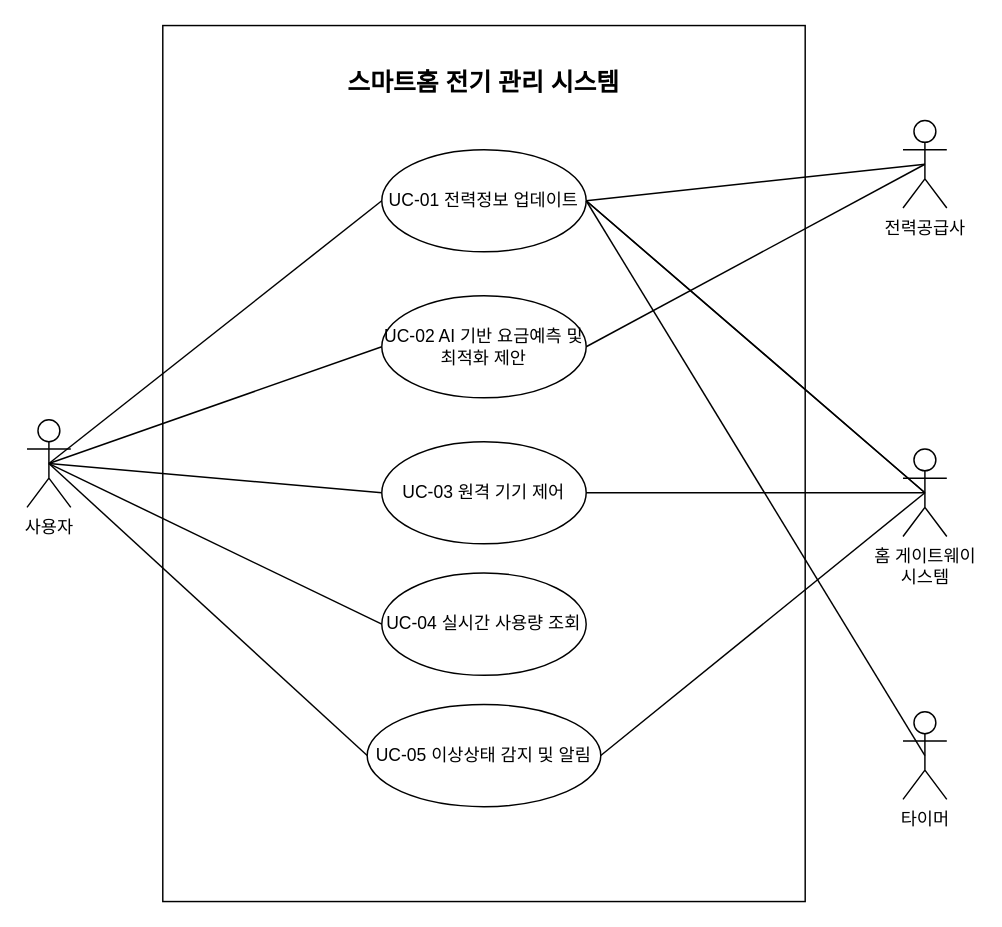
The draw.io diagram page "UseCaseModel - Cloud" (2 of 2) of architecturalDrivers.drawio in GeniusHoon/AssociateArchitect, before the edit. Source tidied: cells renumbered, new cells numbered last; positions are measured from the earlier drawing's top-left corner, leaving out a move shared by most shapes. Both pictures are drawn from the tidied source at 146%, with x=0, y=0 at pixel (26, 25).
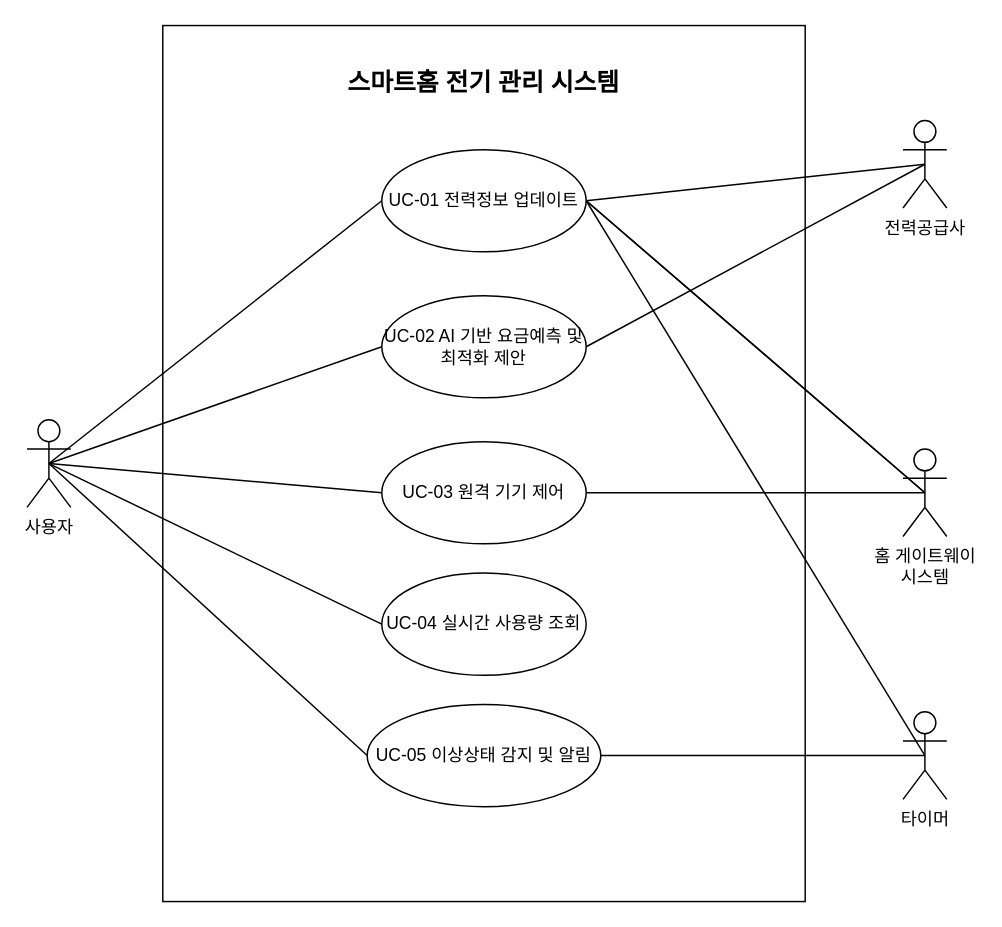
The same diagram, later.

Commit message:
use timer to trigger notification

The change refers to these unchanged cells:
```xml
<mxCell id="10" value="홈 게이트웨이&lt;div&gt;시스템&lt;/div&gt;" style="shape=umlActor;verticalLabelPosition=bottom;verticalAlign=top;html=1;" parent="1" vertex="1">
  <mxGeometry x="600" y="290" width="30" height="60" as="geometry" />
</mxCell>
<mxCell id="17" value="UC-05 이상상태 감지 및 알림" style="ellipse;whiteSpace=wrap;html=1;" parent="1" vertex="1">
  <mxGeometry x="233" y="465" width="160" height="70" as="geometry" />
</mxCell>
<mxCell id="24" value="타이머" style="shape=umlActor;verticalLabelPosition=bottom;verticalAlign=top;html=1;" parent="1" vertex="1">
  <mxGeometry x="600" y="470" width="30" height="60" as="geometry" />
</mxCell>
```

Diff of the diagram source:
```diff
@@
-    <mxCell id="9" style="rounded=0;jettySize=auto;html=1;exitX=0.5;exitY=0.5;exitDx=0;exitDy=0;exitPerimeter=0;entryX=1;entryY=0.5;entryDx=0;entryDy=0;endArrow=none;endFill=0;" parent="1" edge="1" source="10" target="17">
+    <mxCell id="9" style="rounded=0;jettySize=auto;html=1;exitX=0.5;exitY=0.5;exitDx=0;exitDy=0;exitPerimeter=0;entryX=1;entryY=0.5;entryDx=0;entryDy=0;endArrow=none;endFill=0;" parent="1" edge="1" source="24" target="17">
       <mxGeometry relative="1" as="geometry" />
     </mxCell>
```
